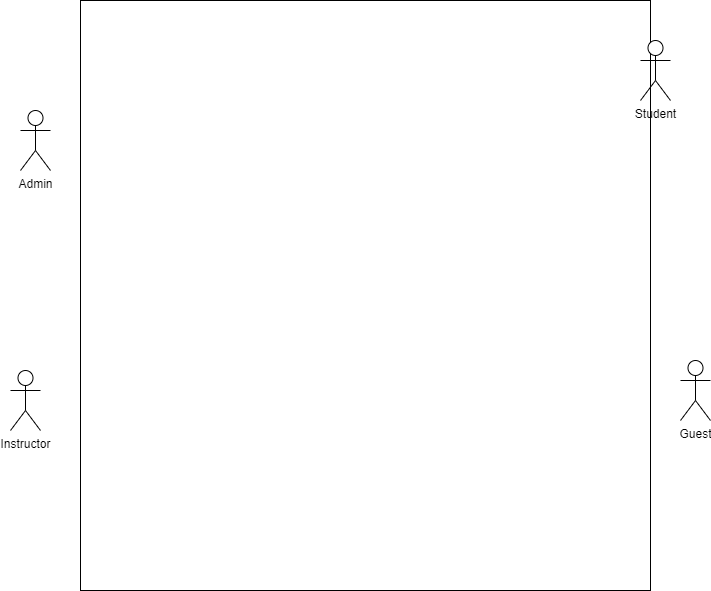
Above: UseCaseDiagram.drawio.png in kaisunoo/Acads (draw.io), before the change. Source tidied: cells renumbered, new cells last; positions are measured from the earlier drawing's top-left corner, leaving out a move shared by most shapes. The source it was exported from:
```xml
<mxGraphModel>
  <root>
    <mxCell id="0" />
    <mxCell id="1" parent="0" />
    <mxCell id="2" style="rounded=0;whiteSpace=wrap;html=1;" parent="1" vertex="1">
      <mxGeometry x="70" width="570" height="590" as="geometry" />
    </mxCell>
    <mxCell id="3" value="Student" style="shape=umlActor;verticalLabelPosition=bottom;verticalAlign=top;html=1;outlineConnect=0;" parent="1" vertex="1">
      <mxGeometry x="630" y="40" width="30" height="60" as="geometry" />
    </mxCell>
    <mxCell id="4" value="Admin" style="shape=umlActor;verticalLabelPosition=bottom;verticalAlign=top;html=1;outlineConnect=0;" parent="1" vertex="1">
      <mxGeometry x="10" y="110" width="30" height="60" as="geometry" />
    </mxCell>
    <mxCell id="5" value="Instructor&lt;br&gt;" style="shape=umlActor;verticalLabelPosition=bottom;verticalAlign=top;html=1;outlineConnect=0;" parent="1" vertex="1">
      <mxGeometry y="370" width="30" height="60" as="geometry" />
    </mxCell>
    <mxCell id="6" value="Guest" style="shape=umlActor;verticalLabelPosition=bottom;verticalAlign=top;html=1;outlineConnect=0;" parent="1" vertex="1">
      <mxGeometry x="670" y="360" width="30" height="60" as="geometry" />
    </mxCell>
  </root>
</mxGraphModel>
```
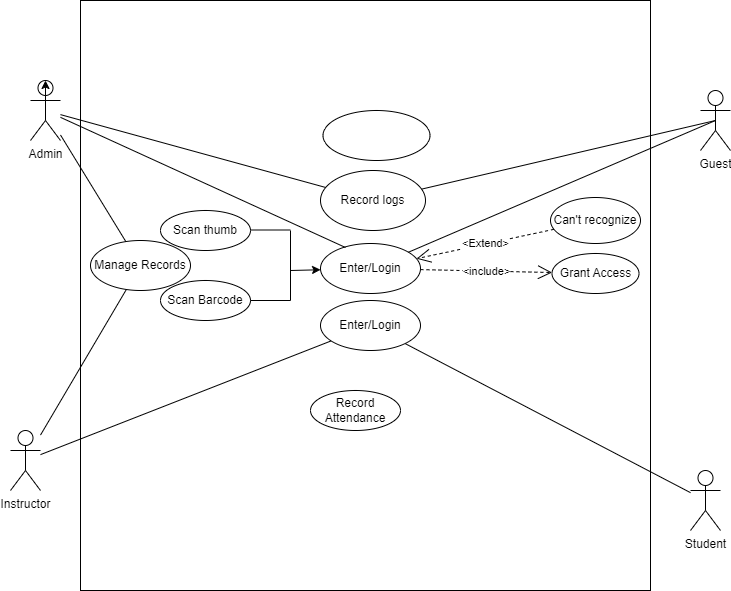
Later version of the same file.

Diff of the diagram source:
```diff
@@ -3,19 +3,104 @@
     <mxCell id="0" />
     <mxCell id="1" parent="0" />
     <mxCell id="2" style="rounded=0;whiteSpace=wrap;html=1;" parent="1" vertex="1">
-      <mxGeometry x="70" width="570" height="590" as="geometry" />
+      <mxGeometry x="70" y="-10" width="570" height="590" as="geometry" />
     </mxCell>
     <mxCell id="3" value="Student" style="shape=umlActor;verticalLabelPosition=bottom;verticalAlign=top;html=1;outlineConnect=0;" parent="1" vertex="1">
-      <mxGeometry x="630" y="40" width="30" height="60" as="geometry" />
+      <mxGeometry x="680" y="460" width="30" height="60" as="geometry" />
     </mxCell>
     <mxCell id="4" value="Admin" style="shape=umlActor;verticalLabelPosition=bottom;verticalAlign=top;html=1;outlineConnect=0;" parent="1" vertex="1">
-      <mxGeometry x="10" y="110" width="30" height="60" as="geometry" />
+      <mxGeometry x="20" y="70" width="30" height="60" as="geometry" />
     </mxCell>
     <mxCell id="5" value="Instructor&lt;br&gt;" style="shape=umlActor;verticalLabelPosition=bottom;verticalAlign=top;html=1;outlineConnect=0;" parent="1" vertex="1">
-      <mxGeometry y="370" width="30" height="60" as="geometry" />
+      <mxGeometry y="420" width="30" height="60" as="geometry" />
     </mxCell>
     <mxCell id="6" value="Guest" style="shape=umlActor;verticalLabelPosition=bottom;verticalAlign=top;html=1;outlineConnect=0;" parent="1" vertex="1">
-      <mxGeometry x="670" y="360" width="30" height="60" as="geometry" />
+      <mxGeometry x="690" y="80" width="30" height="60" as="geometry" />
     </mxCell>
+    <mxCell id="7" value="Enter/Login" style="ellipse;whiteSpace=wrap;html=1;" parent="1" vertex="1">
+      <mxGeometry x="310" y="233" width="100" height="50" as="geometry" />
+    </mxCell>
+    <mxCell id="8" value="Scan thumb" style="ellipse;whiteSpace=wrap;html=1;" parent="1" vertex="1">
+      <mxGeometry x="150" y="200" width="90" height="40" as="geometry" />
+    </mxCell>
+    <mxCell id="9" value="Scan Barcode" style="ellipse;whiteSpace=wrap;html=1;" parent="1" vertex="1">
+      <mxGeometry x="150" y="270" width="90" height="40" as="geometry" />
+    </mxCell>
+    <mxCell id="10" style="endArrow=none;html=1;rounded=0;" parent="1" edge="1" source="9">
+      <mxGeometry relative="1" as="geometry">
+        <mxPoint x="280" y="290" as="targetPoint" />
+      </mxGeometry>
+    </mxCell>
+    <mxCell id="11" style="endArrow=none;html=1;rounded=0;" parent="1" edge="1">
+      <mxGeometry relative="1" as="geometry">
+        <mxPoint x="240" y="219.5" as="sourcePoint" />
+        <mxPoint x="280" y="219.5" as="targetPoint" />
+      </mxGeometry>
+    </mxCell>
+    <mxCell id="12" style="endArrow=none;html=1;rounded=0;" parent="1" edge="1">
+      <mxGeometry relative="1" as="geometry">
+        <mxPoint x="280" y="290" as="sourcePoint" />
+        <mxPoint x="280" y="220" as="targetPoint" />
+      </mxGeometry>
+    </mxCell>
+    <mxCell id="13" style="endArrow=classic;html=1;rounded=0;" parent="1" edge="1" target="7">
+      <mxGeometry relative="1" as="geometry">
+        <mxPoint x="280" y="260" as="sourcePoint" />
+      </mxGeometry>
+    </mxCell>
+    <mxCell id="14" style="edgeStyle=orthogonalEdgeStyle;rounded=0;orthogonalLoop=1;jettySize=auto;html=1;exitX=0.5;exitY=0.5;exitDx=0;exitDy=0;exitPerimeter=0;entryX=0.5;entryY=0;entryDx=0;entryDy=0;entryPerimeter=0;" parent="1" edge="1" source="4" target="4">
+      <mxGeometry relative="1" as="geometry" />
+    </mxCell>
+    <mxCell id="15" style="endArrow=none;html=1;rounded=0;exitX=0.25;exitY=0.08;exitDx=0;exitDy=0;exitPerimeter=0;" parent="1" edge="1" source="7" target="4">
+      <mxGeometry relative="1" as="geometry" />
+    </mxCell>
+    <mxCell id="16" style="endArrow=none;html=1;rounded=0;" parent="1" edge="1" source="5" target="31">
+      <mxGeometry relative="1" as="geometry" />
+    </mxCell>
+    <mxCell id="17" style="endArrow=none;html=1;rounded=0;" parent="1" edge="1" source="31" target="3">
+      <mxGeometry relative="1" as="geometry" />
+    </mxCell>
+    <mxCell id="18" style="endArrow=none;html=1;rounded=0;entryX=0.5;entryY=0.5;entryDx=0;entryDy=0;entryPerimeter=0;" parent="1" edge="1" source="7" target="6">
+      <mxGeometry relative="1" as="geometry" />
+    </mxCell>
+    <mxCell id="19" value="Record Attendance" style="ellipse;whiteSpace=wrap;html=1;" parent="1" vertex="1">
+      <mxGeometry x="300" y="380" width="90" height="40" as="geometry" />
+    </mxCell>
+    <mxCell id="20" value="Record logs" style="ellipse;whiteSpace=wrap;html=1;" parent="1" vertex="1">
+      <mxGeometry x="310" y="160" width="105" height="60" as="geometry" />
+    </mxCell>
+    <mxCell id="21" style="endArrow=none;html=1;rounded=0;" parent="1" edge="1" source="4" target="20">
+      <mxGeometry relative="1" as="geometry" />
+    </mxCell>
+    <mxCell id="22" style="endArrow=none;html=1;rounded=0;entryX=0.5;entryY=0.5;entryDx=0;entryDy=0;entryPerimeter=0;" parent="1" edge="1" source="20" target="6">
+      <mxGeometry relative="1" as="geometry" />
+    </mxCell>
+    <mxCell id="23" value="Can't recognize" style="ellipse;whiteSpace=wrap;html=1;" parent="1" vertex="1">
+      <mxGeometry x="540" y="187" width="90" height="46" as="geometry" />
+    </mxCell>
+    <mxCell id="24" value="&amp;lt;Extend&amp;gt;" style="endArrow=open;endSize=12;dashed=1;html=1;rounded=0;" parent="1" edge="1" source="23" target="7">
+      <mxGeometry relative="1" as="geometry" />
+    </mxCell>
+    <mxCell id="25" value="Manage Records" style="ellipse;whiteSpace=wrap;html=1;" parent="1" vertex="1">
+      <mxGeometry x="80" y="230" width="100" height="50" as="geometry" />
+    </mxCell>
+    <mxCell id="26" style="endArrow=none;html=1;rounded=0;" parent="1" edge="1" source="5" target="25">
+      <mxGeometry relative="1" as="geometry" />
+    </mxCell>
+    <mxCell id="27" style="ellipse;whiteSpace=wrap;html=1;" parent="1" vertex="1">
+      <mxGeometry x="312.5" y="100" width="107" height="50" as="geometry" />
+    </mxCell>
+    <mxCell id="28" style="endArrow=none;html=1;rounded=0;" parent="1" edge="1" source="4" target="25">
+      <mxGeometry relative="1" as="geometry" />
+    </mxCell>
+    <mxCell id="29" value="Grant Access" style="ellipse;whiteSpace=wrap;html=1;" parent="1" vertex="1">
+      <mxGeometry x="541.5" y="243" width="87" height="40" as="geometry" />
+    </mxCell>
+    <mxCell id="30" value="&amp;lt;include&amp;gt;" style="endArrow=open;endSize=12;dashed=1;html=1;rounded=0;" parent="1" edge="1" source="7" target="29">
+      <mxGeometry relative="1" as="geometry" />
+    </mxCell>
+    <mxCell id="31" value="Enter/Login" style="ellipse;whiteSpace=wrap;html=1;" parent="1" vertex="1">
+      <mxGeometry x="310" y="290" width="100" height="50" as="geometry" />
+    </mxCell>
   </root>
 </mxGraphModel>
```
